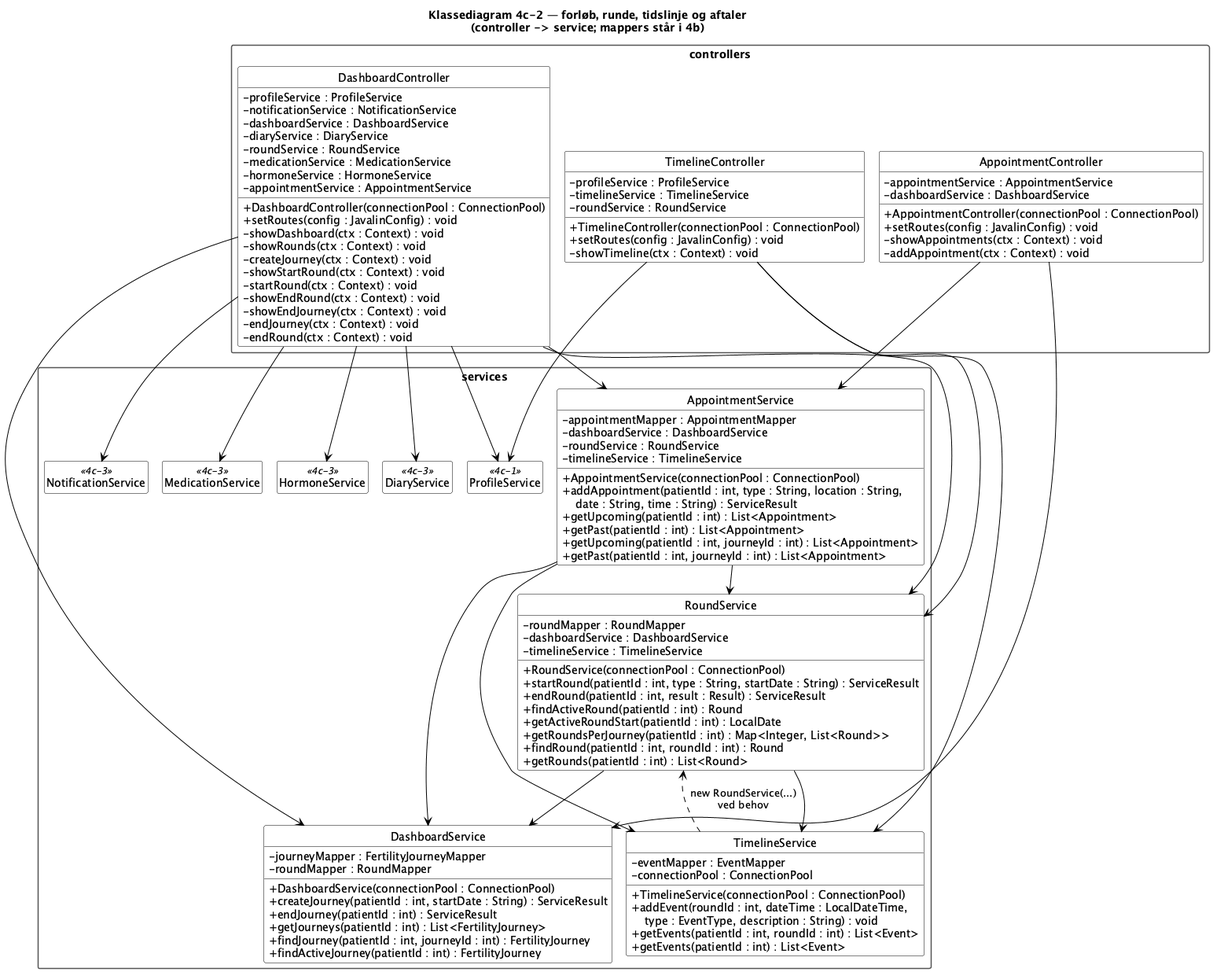
Above: doc/static/Klassediagram4c-2-forloeb-runde.png in BesimaP/Simpl-PET-project (PlantUML), before the change.
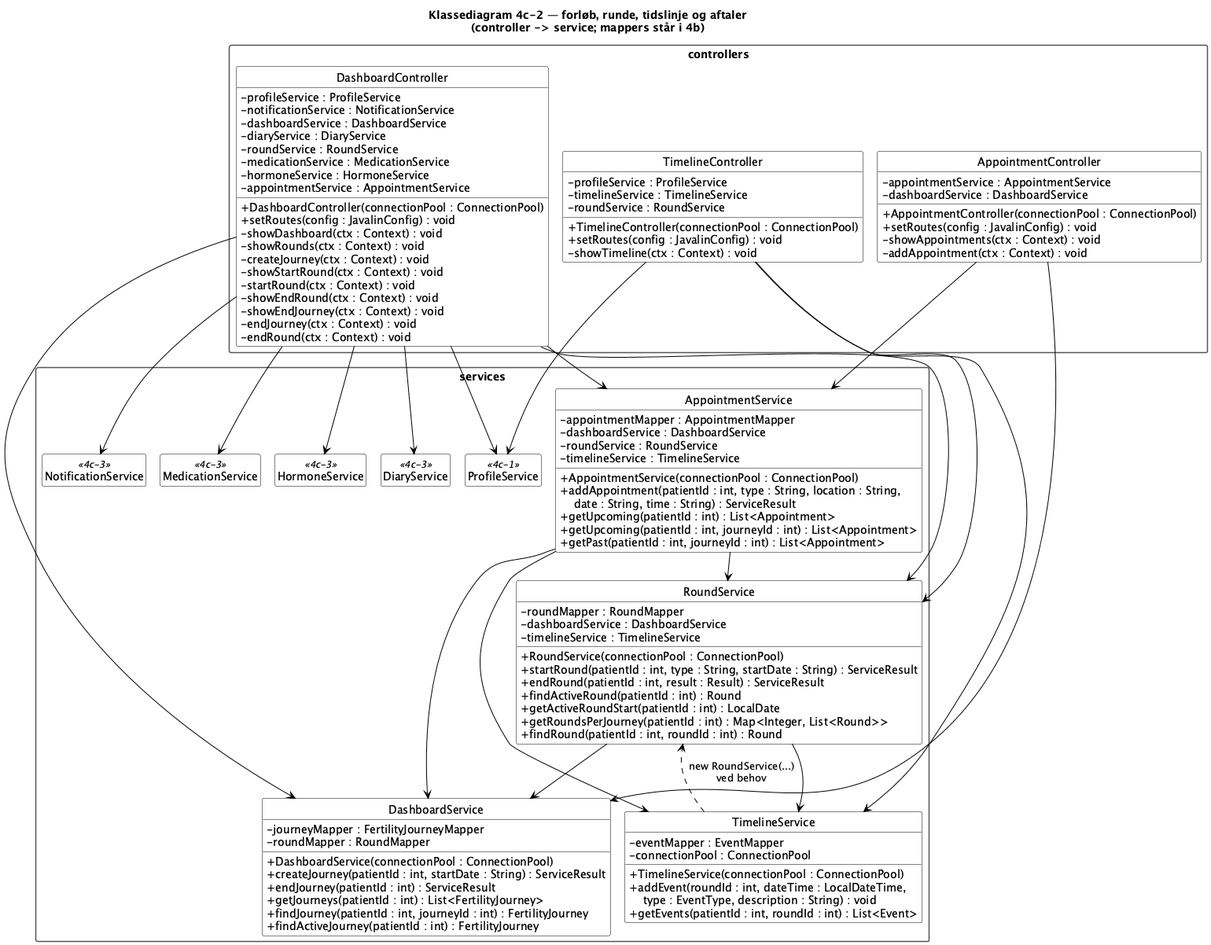
After the commit.

Diff of the diagram source:
```diff
@@ -86,7 +86,6 @@
     + getActiveRoundStart(patientId : int) : LocalDate
     + getRoundsPerJourney(patientId : int) : Map<Integer, List<Round>>
     + findRound(patientId : int, roundId : int) : Round
-    + getRounds(patientId : int) : List<Round>
   }
 
   class TimelineService {
@@ -95,7 +94,6 @@
     + TimelineService(connectionPool : ConnectionPool)
     + addEvent(roundId : int, dateTime : LocalDateTime,\n    type : EventType, description : String) : void
     + getEvents(patientId : int, roundId : int) : List<Event>
-    + getEvents(patientId : int) : List<Event>
   }
 
   class AppointmentService {
@@ -106,7 +104,6 @@
     + AppointmentService(connectionPool : ConnectionPool)
     + addAppointment(patientId : int, type : String, location : String,\n    date : String, time : String) : ServiceResult
     + getUpcoming(patientId : int) : List<Appointment>
-    + getPast(patientId : int) : List<Appointment>
     + getUpcoming(patientId : int, journeyId : int) : List<Appointment>
     + getPast(patientId : int, journeyId : int) : List<Appointment>
   }
```
